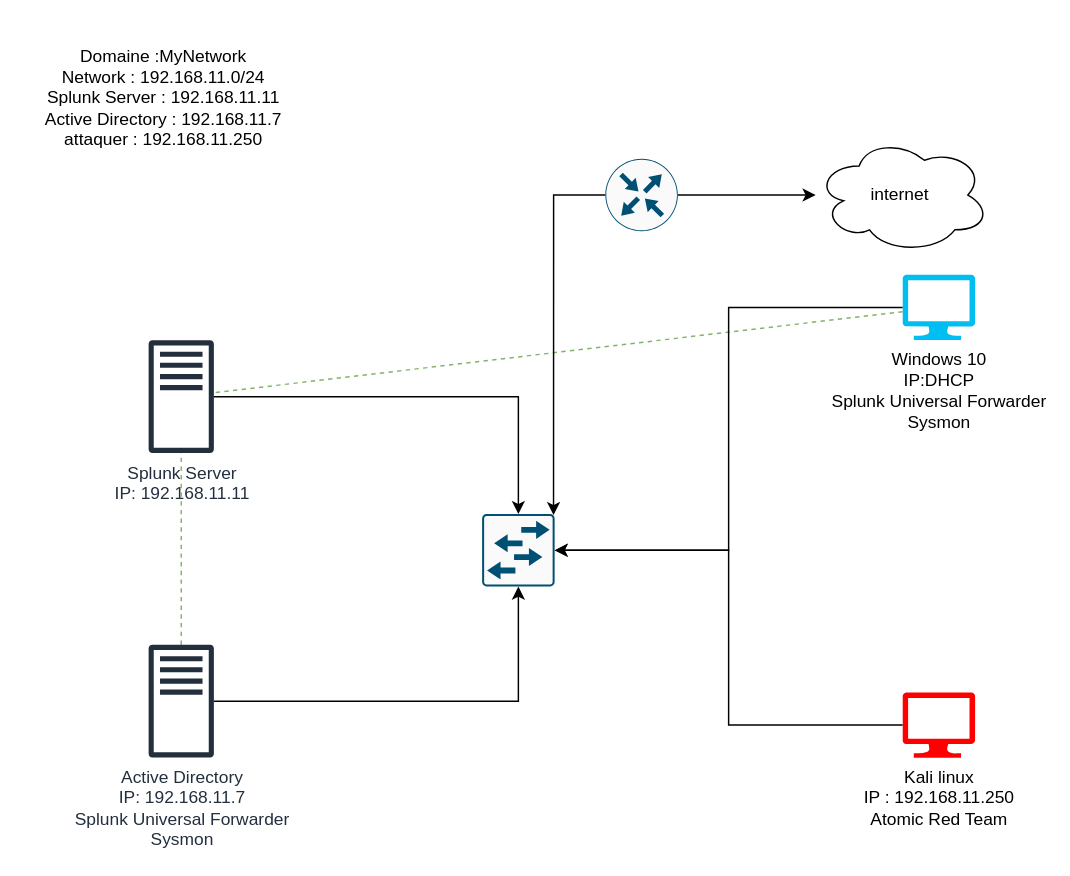
Above: Untitled Diagram.drawio in abdobzx/PFA_V2 (draw.io), before the change. Source tidied: cells renumbered, new cells numbered last; positions are measured from the earlier drawing's top-left corner, leaving out a move shared by most shapes. Both pictures are drawn from the tidied source at 145%, with x=0, y=0 at pixel (25, 32).
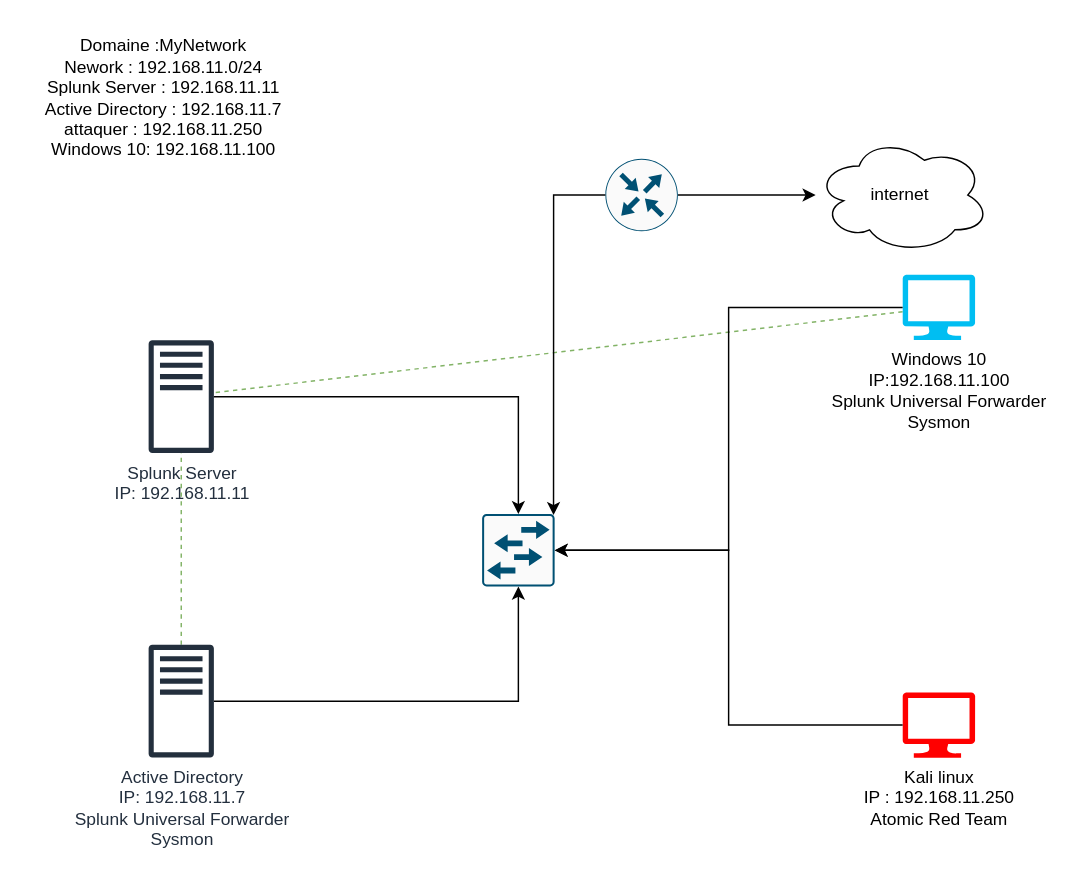
After the change.

Diff of the diagram source:
```diff
@@
 <mxGraphModel>
   <root>
     <mxCell id="0" />
     <mxCell id="1" parent="0" />
     <mxCell id="2" style="rounded=0;jettySize=auto;html=1;dashed=1;endArrow=none;endFill=0;jumpStyle=none;fillColor=#d5e8d4;strokeColor=#82b366;" parent="1" edge="1" source="3" target="5">
       <mxGeometry relative="1" as="geometry" />
     </mxCell>
-    <mxCell id="3" value="Windows 10&lt;br&gt;IP:DHCP&lt;div&gt;Splunk Universal Forwarder&lt;br&gt;Sysmon&lt;/div&gt;" style="verticalLabelPosition=bottom;html=1;verticalAlign=top;align=center;strokeColor=none;fillColor=#00BEF2;shape=mxgraph.azure.computer;" parent="1" vertex="1">
+    <mxCell id="3" value="Windows 10&lt;br&gt;IP:192.168.11.100&lt;div&gt;Splunk Universal Forwarder&lt;br&gt;Sysmon&lt;/div&gt;" style="verticalLabelPosition=bottom;html=1;verticalAlign=top;align=center;strokeColor=none;fillColor=#00BEF2;shape=mxgraph.azure.computer;" parent="1" vertex="1">
       <mxGeometry x="605" y="167" width="50" height="45" as="geometry" />
     </mxCell>
     <mxCell id="4" value="Kali linux&lt;br&gt;IP : 192.168.11.250&lt;div&gt;Atomic Red Team&lt;/div&gt;" style="verticalLabelPosition=bottom;html=1;verticalAlign=top;align=center;strokeColor=none;fillColor=#FF0000;shape=mxgraph.azure.computer;" parent="1" vertex="1">
       <mxGeometry x="605" y="455" width="50" height="45" as="geometry" />
     </mxCell>
     <mxCell id="5" value="Splunk Server&lt;br&gt;IP: 192.168.11.11" style="sketch=0;outlineConnect=0;fontColor=#232F3E;gradientColor=none;fillColor=#232F3D;strokeColor=none;dashed=0;verticalLabelPosition=bottom;verticalAlign=top;align=center;html=1;fontSize=12;fontStyle=0;shape=mxgraph.aws4.traditional_server;" parent="1" vertex="1">
       <mxGeometry x="85" y="212" width="45" height="78" as="geometry" />
     </mxCell>
     <mxCell id="6" style="rounded=0;jettySize=auto;html=1;fillColor=#d5e8d4;strokeColor=#82b366;dashed=1;endArrow=none;endFill=0;" parent="1" edge="1" source="7" target="5">
       <mxGeometry relative="1" as="geometry" />
     </mxCell>
     <mxCell id="7" value="Active Directory&lt;br&gt;IP: 192.168.11.7&lt;br&gt;Splunk Universal Forwarder&lt;br&gt;Sysmon" style="sketch=0;outlineConnect=0;fontColor=#232F3E;gradientColor=none;fillColor=#232F3D;strokeColor=none;dashed=0;verticalLabelPosition=bottom;verticalAlign=top;align=center;html=1;fontSize=12;fontStyle=0;shape=mxgraph.aws4.traditional_server;" parent="1" vertex="1">
       <mxGeometry x="85" y="422" width="45" height="78" as="geometry" />
     </mxCell>
     <mxCell id="8" style="sketch=0;points=[[0.015,0.015,0],[0.985,0.015,0],[0.985,0.985,0],[0.015,0.985,0],[0.25,0,0],[0.5,0,0],[0.75,0,0],[1,0.25,0],[1,0.5,0],[1,0.75,0],[0.75,1,0],[0.5,1,0],[0.25,1,0],[0,0.75,0],[0,0.5,0],[0,0.25,0]];verticalLabelPosition=bottom;html=1;verticalAlign=top;align=center;shape=mxgraph.cisco19.rect;prIcon=workgroup_switch;fillColor=#FAFAFA;strokeColor=#005073;" parent="1" vertex="1">
       <mxGeometry x="315" y="332" width="50" height="50" as="geometry" />
     </mxCell>
     <mxCell id="9" style="edgeStyle=orthogonalEdgeStyle;rounded=0;jettySize=auto;html=1;" parent="1" edge="1" source="10" target="11">
       <mxGeometry relative="1" as="geometry" />
     </mxCell>
     <mxCell id="10" style="sketch=0;points=[[0.5,0,0],[1,0.5,0],[0.5,1,0],[0,0.5,0],[0.145,0.145,0],[0.8555,0.145,0],[0.855,0.8555,0],[0.145,0.855,0]];verticalLabelPosition=bottom;html=1;verticalAlign=top;align=center;shape=mxgraph.cisco19.rect;prIcon=router;fillColor=#FAFAFA;strokeColor=#005073;" parent="1" vertex="1">
       <mxGeometry x="400" y="87" width="50" height="50" as="geometry" />
     </mxCell>
     <mxCell id="11" value="internet&amp;nbsp;" style="ellipse;shape=cloud;whiteSpace=wrap;html=1;" parent="1" vertex="1">
       <mxGeometry x="545" y="72" width="120" height="80" as="geometry" />
     </mxCell>
     <mxCell id="12" style="edgeStyle=orthogonalEdgeStyle;rounded=0;jettySize=auto;html=1;entryX=0.5;entryY=0;entryDx=0;entryDy=0;entryPerimeter=0;" parent="1" edge="1" source="5" target="8">
       <mxGeometry relative="1" as="geometry" />
     </mxCell>
     <mxCell id="13" style="edgeStyle=orthogonalEdgeStyle;rounded=0;jettySize=auto;html=1;entryX=0.5;entryY=1;entryDx=0;entryDy=0;entryPerimeter=0;" parent="1" edge="1" source="7" target="8">
       <mxGeometry relative="1" as="geometry" />
     </mxCell>
     <mxCell id="14" style="edgeStyle=orthogonalEdgeStyle;rounded=0;jettySize=auto;html=1;entryX=1;entryY=0.5;entryDx=0;entryDy=0;entryPerimeter=0;" parent="1" edge="1" source="4" target="8">
       <mxGeometry relative="1" as="geometry" />
     </mxCell>
     <mxCell id="15" style="edgeStyle=orthogonalEdgeStyle;rounded=0;jettySize=auto;html=1;entryX=1;entryY=0.5;entryDx=0;entryDy=0;entryPerimeter=0;" parent="1" edge="1" source="3" target="8">
       <mxGeometry relative="1" as="geometry" />
     </mxCell>
     <mxCell id="16" style="edgeStyle=orthogonalEdgeStyle;rounded=0;jettySize=auto;html=1;entryX=0.985;entryY=0.015;entryDx=0;entryDy=0;entryPerimeter=0;" parent="1" edge="1" source="10" target="8">
       <mxGeometry relative="1" as="geometry" />
     </mxCell>
-    <mxCell id="17" value="Domaine :MyNetwork&lt;div&gt;Network : 192.168.11.0/24&lt;/div&gt;&lt;div&gt;Splunk Server : 192.168.11.11&lt;/div&gt;&lt;div&gt;Active Directory : 192.168.11.7&lt;/div&gt;&lt;div&gt;attaquer : 192.168.11.250&lt;/div&gt;" style="text;html=1;align=center;verticalAlign=middle;strokeColor=none;fillColor=none;" parent="1" vertex="1">
-      <mxGeometry width="190" height="90" as="geometry" />
+    <mxCell id="17" value="Domaine :MyNetwork&lt;div&gt;Nework : 192.168.11.0/24&lt;/div&gt;&lt;div&gt;Splunk Server : 192.168.11.11&lt;/div&gt;&lt;div&gt;Active Directory : 192.168.11.7&lt;/div&gt;&lt;div&gt;attaquer : 192.168.11.250&lt;/div&gt;&lt;div&gt;Windows 10: 192.168.11.100&lt;/div&gt;" style="text;html=1;align=center;verticalAlign=middle;strokeColor=none;fillColor=none;" parent="1" vertex="1">
+      <mxGeometry y="-5" width="190" height="100" as="geometry" />
     </mxCell>
   </root>
 </mxGraphModel>
```
